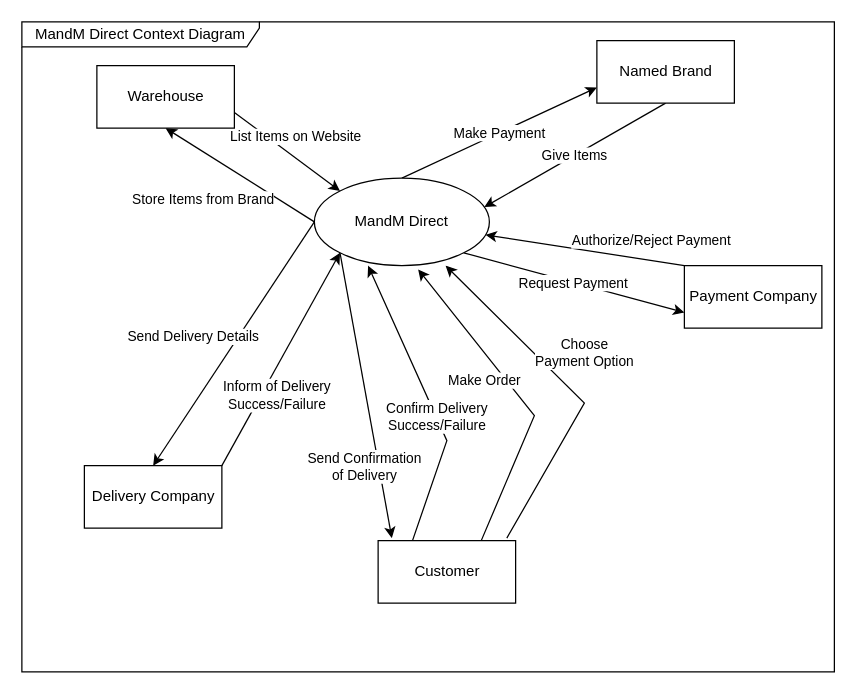
This is week1/Context Diagram Shop.drawio from Darren-ODonnell/BusinessModellingDiagrams, a draw.io file, before an edit. Source tidied: cells renumbered, new cells numbered last; positions are measured from the earlier drawing's top-left corner, leaving out a move shared by most shapes. Both pictures are drawn from the tidied source at 125%, with x=0, y=0 at pixel (21, 21).
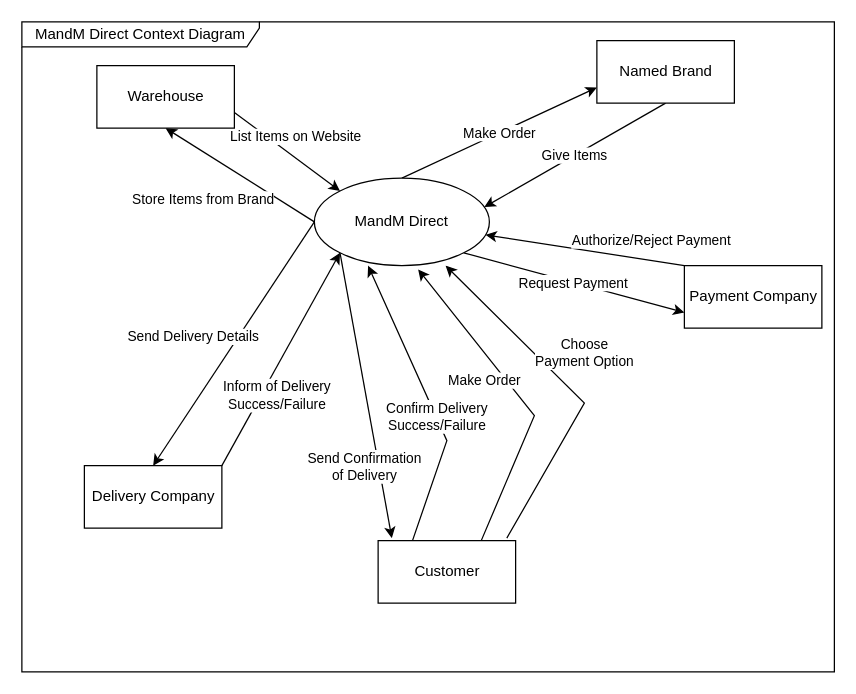
Above is the later version.

Unchanged cells that the change refers to:
```xml
<mxCell id="8" value="MandM Direct" style="ellipse;whiteSpace=wrap;html=1;" parent="1" vertex="1">
  <mxGeometry x="234" y="125" width="140" height="70" as="geometry" />
</mxCell>
<mxCell id="20" value="Named Brand" style="html=1;" parent="1" vertex="1">
  <mxGeometry x="460" y="15" width="110" height="50" as="geometry" />
</mxCell>
```

The edit, as a diff of the source:
```diff
@@
-    <mxCell id="5" value="Make Payment" style="edgeStyle=none;rounded=0;jettySize=auto;html=1;exitX=0.5;exitY=0;exitDx=0;exitDy=0;entryX=0;entryY=0.75;entryDx=0;entryDy=0;" parent="1" edge="1" source="8" target="20">
+    <mxCell id="5" value="Make Order" style="edgeStyle=none;rounded=0;jettySize=auto;html=1;exitX=0.5;exitY=0;exitDx=0;exitDy=0;entryX=0;entryY=0.75;entryDx=0;entryDy=0;" parent="1" edge="1" source="8" target="20">
       <mxGeometry relative="1" as="geometry" />
     </mxCell>
```
